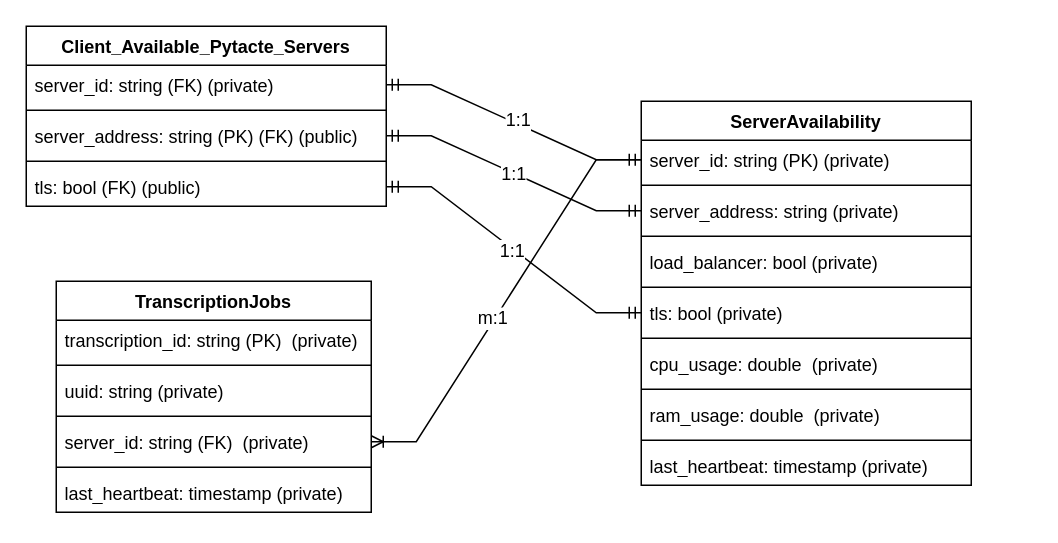
This is Pytacte-ui/pytacte/src/data/Database_Schema_XML.drawio from CSharpTeoMan911/Pytacte, a draw.io file, before an edit. Source tidied: cells renumbered, new cells numbered last; positions are measured from the earlier drawing's top-left corner, leaving out a move shared by most shapes. Both pictures are drawn from the tidied source at 150%, with x=0, y=0 at pixel (26, 26).
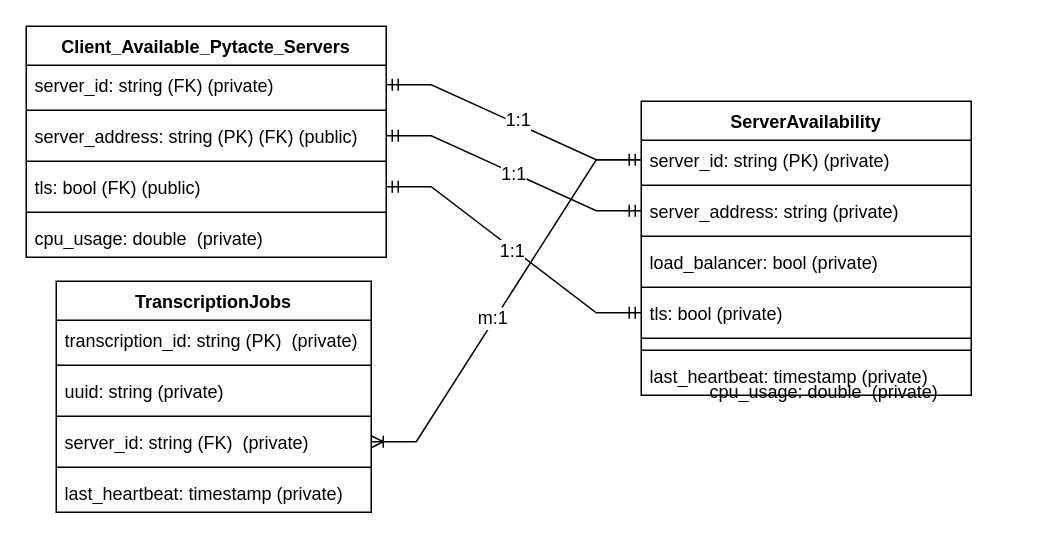
The same diagram, later.

The edit, as a diff of the source:
```diff
@@
     <mxCell id="10" value="ServerAvailability" style="swimlane;fontStyle=1;align=center;verticalAlign=top;horizontal=1;startSize=26;whiteSpace=wrap;html=1;" parent="1" vertex="1">
-      <mxGeometry x="410" y="50" width="220" height="256" as="geometry" />
+      <mxGeometry x="410" y="50" width="220" height="196" as="geometry" />
     </mxCell>
@@
-    <mxCell id="19" value="cpu_usage: double&amp;nbsp;&amp;nbsp;(private)" style="text;strokeColor=none;fillColor=none;align=left;verticalAlign=top;spacingLeft=4;spacingRight=4;overflow=hidden;whiteSpace=wrap;html=1;" parent="10" vertex="1">
-      <mxGeometry y="162" width="220" height="26" as="geometry" />
-    </mxCell>
     <mxCell id="20" style="line;strokeWidth=1;fillColor=none;align=left;verticalAlign=middle;spacingTop=-1;spacingLeft=3;spacingRight=3;labelPosition=right;strokeColor=inherit;labelPerimeter=1;" parent="10" vertex="1">
-      <mxGeometry y="188" width="220" height="8" as="geometry" />
+      <mxGeometry y="162" width="220" height="8" as="geometry" />
     </mxCell>
-    <mxCell id="21" value="ram_usage: double&amp;nbsp;&amp;nbsp;(private)" style="text;strokeColor=none;fillColor=none;align=left;verticalAlign=top;spacingLeft=4;spacingRight=4;overflow=hidden;whiteSpace=wrap;html=1;" parent="10" vertex="1">
-      <mxGeometry y="196" width="220" height="26" as="geometry" />
-    </mxCell>
-    <mxCell id="22" style="line;strokeWidth=1;fillColor=none;align=left;verticalAlign=middle;spacingTop=-1;spacingLeft=3;spacingRight=3;labelPosition=right;strokeColor=inherit;labelPerimeter=1;" parent="10" vertex="1">
-      <mxGeometry y="222" width="220" height="8" as="geometry" />
-    </mxCell>
     <mxCell id="23" value="last_heartbeat: timestamp (private)" style="text;strokeColor=none;fillColor=none;align=left;verticalAlign=top;spacingLeft=4;spacingRight=4;overflow=hidden;whiteSpace=wrap;html=1;" parent="10" vertex="1">
-      <mxGeometry y="230" width="220" height="26" as="geometry" />
+      <mxGeometry y="170" width="220" height="26" as="geometry" />
     </mxCell>
     <mxCell id="24" value="Client_Available_Pytacte_Servers" style="swimlane;fontStyle=1;align=center;verticalAlign=top;horizontal=1;startSize=26;whiteSpace=wrap;html=1;" parent="1" vertex="1">
-      <mxGeometry width="240" height="120" as="geometry" />
+      <mxGeometry width="240" height="154" as="geometry" />
     </mxCell>
@@
+    <mxCell id="38" style="line;strokeWidth=1;fillColor=none;align=left;verticalAlign=middle;spacingTop=-1;spacingLeft=3;spacingRight=3;labelPosition=right;strokeColor=inherit;labelPerimeter=1;" parent="24" vertex="1">
+      <mxGeometry y="120" width="240" height="8" as="geometry" />
+    </mxCell>
+    <mxCell id="19" value="cpu_usage: double&amp;nbsp;&amp;nbsp;(private)" style="text;strokeColor=none;fillColor=none;align=left;verticalAlign=top;spacingLeft=4;spacingRight=4;overflow=hidden;whiteSpace=wrap;html=1;" parent="24" vertex="1">
+      <mxGeometry y="128" width="240" height="26" as="geometry" />
+    </mxCell>
@@
+    <mxCell id="39" value="cpu_usage: double&amp;nbsp;&amp;nbsp;(private)" style="text;strokeColor=none;fillColor=none;align=left;verticalAlign=top;spacingLeft=4;spacingRight=4;overflow=hidden;whiteSpace=wrap;html=1;" parent="1" vertex="1">
+      <mxGeometry x="450" y="230" width="220" height="26" as="geometry" />
+    </mxCell>
```
